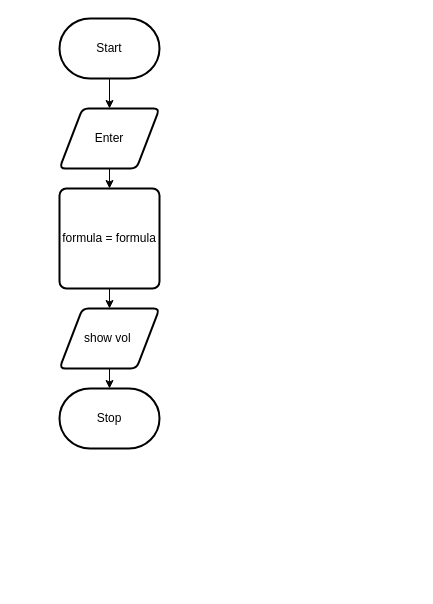
Johanna-liu16/ICS2O-Assignment-5-JS keeps this draw.io diagram as design/flowchart.drawio. Above is the earlier version. Source tidied: cells renumbered, new cells numbered last; positions are measured from the earlier drawing's top-left corner, leaving out a move shared by most shapes. Both pictures are drawn from the tidied source at 100%, with x=0, y=0 at pixel (59, 18).
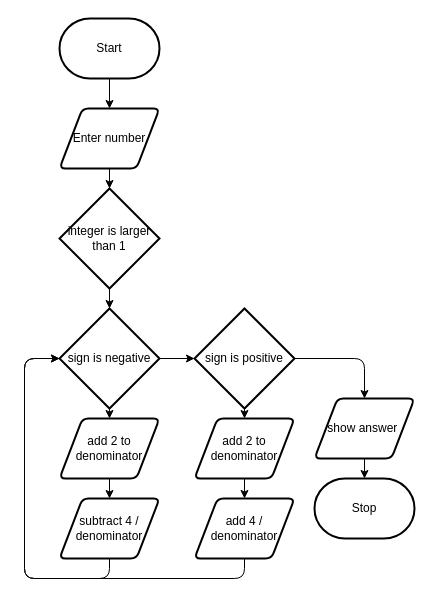
After the change.

The edit, as a diff of the source:
```diff
@@
-    <mxCell id="4" style="edgeStyle=none;html=1;exitX=0.5;exitY=1;exitDx=0;exitDy=0;" parent="1" edge="1" source="5" target="7">
-      <mxGeometry relative="1" as="geometry" />
-    </mxCell>
+    <mxCell id="11" style="edgeStyle=none;html=1;exitX=0.5;exitY=1;exitDx=0;exitDy=0;entryX=0.5;entryY=0;entryDx=0;entryDy=0;entryPerimeter=0;" parent="1" edge="1" source="5" target="13">
+      <mxGeometry relative="1" as="geometry" />
+    </mxCell>
-    <mxCell id="5" value="Enter" style="shape=parallelogram;html=1;strokeWidth=2;perimeter=parallelogramPerimeter;whiteSpace=wrap;rounded=1;arcSize=12;size=0.23;" parent="1" vertex="1">
+    <mxCell id="5" value="Enter number" style="shape=parallelogram;html=1;strokeWidth=2;perimeter=parallelogramPerimeter;whiteSpace=wrap;rounded=1;arcSize=12;size=0.23;" parent="1" vertex="1">
       <mxGeometry y="90" width="100" height="60" as="geometry" />
     </mxCell>
-    <mxCell id="6" style="edgeStyle=none;html=1;exitX=0.5;exitY=1;exitDx=0;exitDy=0;" parent="1" edge="1" source="7" target="9">
-      <mxGeometry relative="1" as="geometry" />
-    </mxCell>
-    <mxCell id="7" value="formula = formula" style="rounded=1;whiteSpace=wrap;html=1;absoluteArcSize=1;arcSize=14;strokeWidth=2;" parent="1" vertex="1">
-      <mxGeometry y="170" width="100" height="100" as="geometry" />
-    </mxCell>
-    <mxCell id="8" style="edgeStyle=none;html=1;exitX=0.5;exitY=1;exitDx=0;exitDy=0;entryX=0.5;entryY=0;entryDx=0;entryDy=0;entryPerimeter=0;" parent="1" edge="1" source="9" target="10">
+    <mxCell id="8" style="edgeStyle=none;html=1;exitX=0.5;exitY=1;exitDx=0;exitDy=0;" parent="1" edge="1" source="9" target="10">
       <mxGeometry relative="1" as="geometry" />
     </mxCell>
-    <mxCell id="9" value="show vol&amp;nbsp;" style="shape=parallelogram;html=1;strokeWidth=2;perimeter=parallelogramPerimeter;whiteSpace=wrap;rounded=1;arcSize=12;size=0.23;" parent="1" vertex="1">
-      <mxGeometry y="290" width="100" height="60" as="geometry" />
+    <mxCell id="9" value="show answer&amp;nbsp;" style="shape=parallelogram;html=1;strokeWidth=2;perimeter=parallelogramPerimeter;whiteSpace=wrap;rounded=1;arcSize=12;size=0.23;" parent="1" vertex="1">
+      <mxGeometry x="255" y="380" width="100" height="60" as="geometry" />
     </mxCell>
     <mxCell id="10" value="Stop" style="strokeWidth=2;html=1;shape=mxgraph.flowchart.terminator;whiteSpace=wrap;" parent="1" vertex="1">
-      <mxGeometry y="370" width="100" height="60" as="geometry" />
+      <mxGeometry x="255" y="460" width="100" height="60" as="geometry" />
     </mxCell>
+    <mxCell id="12" style="edgeStyle=none;html=1;exitX=0.5;exitY=1;exitDx=0;exitDy=0;exitPerimeter=0;" parent="1" edge="1" source="13" target="16">
+      <mxGeometry relative="1" as="geometry" />
+    </mxCell>
+    <mxCell id="13" value="integer is larger than 1" style="strokeWidth=2;html=1;shape=mxgraph.flowchart.decision;whiteSpace=wrap;" parent="1" vertex="1">
+      <mxGeometry y="170" width="100" height="100" as="geometry" />
+    </mxCell>
+    <mxCell id="14" style="edgeStyle=none;html=1;exitX=1;exitY=0.5;exitDx=0;exitDy=0;exitPerimeter=0;entryX=0;entryY=0.5;entryDx=0;entryDy=0;entryPerimeter=0;" parent="1" edge="1" source="16" target="19">
+      <mxGeometry relative="1" as="geometry" />
+    </mxCell>
+    <mxCell id="15" style="edgeStyle=none;html=1;exitX=0.5;exitY=1;exitDx=0;exitDy=0;exitPerimeter=0;" parent="1" edge="1" source="16" target="21">
+      <mxGeometry relative="1" as="geometry" />
+    </mxCell>
+    <mxCell id="16" value="sign is negative" style="strokeWidth=2;html=1;shape=mxgraph.flowchart.decision;whiteSpace=wrap;" parent="1" vertex="1">
+      <mxGeometry y="290" width="100" height="100" as="geometry" />
+    </mxCell>
+    <mxCell id="17" style="edgeStyle=none;html=1;exitX=0.5;exitY=1;exitDx=0;exitDy=0;exitPerimeter=0;" parent="1" edge="1" source="19" target="23">
+      <mxGeometry relative="1" as="geometry" />
+    </mxCell>
+    <mxCell id="18" style="edgeStyle=none;html=1;exitX=1;exitY=0.5;exitDx=0;exitDy=0;exitPerimeter=0;" parent="1" edge="1" source="19" target="9">
+      <mxGeometry relative="1" as="geometry">
+        <Array as="points">
+          <mxPoint x="305" y="340" />
+        </Array>
+      </mxGeometry>
+    </mxCell>
+    <mxCell id="19" value="sign is positive" style="strokeWidth=2;html=1;shape=mxgraph.flowchart.decision;whiteSpace=wrap;" parent="1" vertex="1">
+      <mxGeometry x="135" y="290" width="100" height="100" as="geometry" />
+    </mxCell>
+    <mxCell id="20" style="edgeStyle=none;html=1;exitX=0.5;exitY=1;exitDx=0;exitDy=0;" parent="1" edge="1" source="21" target="25">
+      <mxGeometry relative="1" as="geometry" />
+    </mxCell>
+    <mxCell id="21" value="add 2 to denominator" style="shape=parallelogram;html=1;strokeWidth=2;perimeter=parallelogramPerimeter;whiteSpace=wrap;rounded=1;arcSize=12;size=0.23;" parent="1" vertex="1">
+      <mxGeometry y="400" width="100" height="60" as="geometry" />
+    </mxCell>
+    <mxCell id="22" style="edgeStyle=none;html=1;exitX=0.5;exitY=1;exitDx=0;exitDy=0;" parent="1" edge="1" source="23" target="27">
+      <mxGeometry relative="1" as="geometry" />
+    </mxCell>
+    <mxCell id="23" value="add 2 to denominator" style="shape=parallelogram;html=1;strokeWidth=2;perimeter=parallelogramPerimeter;whiteSpace=wrap;rounded=1;arcSize=12;size=0.23;" parent="1" vertex="1">
+      <mxGeometry x="135" y="400" width="100" height="60" as="geometry" />
+    </mxCell>
+    <mxCell id="24" style="edgeStyle=none;html=1;entryX=0;entryY=0.5;entryDx=0;entryDy=0;entryPerimeter=0;" parent="1" edge="1" source="25" target="16">
+      <mxGeometry relative="1" as="geometry">
+        <Array as="points">
+          <mxPoint x="50" y="560" />
+          <mxPoint x="-35" y="560" />
+          <mxPoint x="-35" y="340" />
+        </Array>
+      </mxGeometry>
+    </mxCell>
+    <mxCell id="25" value="subtract 4 / denominator" style="shape=parallelogram;html=1;strokeWidth=2;perimeter=parallelogramPerimeter;whiteSpace=wrap;rounded=1;arcSize=12;size=0.23;" parent="1" vertex="1">
+      <mxGeometry y="480" width="100" height="60" as="geometry" />
+    </mxCell>
+    <mxCell id="26" style="edgeStyle=none;html=1;exitX=0.5;exitY=1;exitDx=0;exitDy=0;entryX=0;entryY=0.5;entryDx=0;entryDy=0;entryPerimeter=0;" parent="1" edge="1" source="27" target="16">
+      <mxGeometry relative="1" as="geometry">
+        <Array as="points">
+          <mxPoint x="185" y="560" />
+          <mxPoint x="-35" y="560" />
+          <mxPoint x="-35" y="340" />
+        </Array>
+      </mxGeometry>
+    </mxCell>
+    <mxCell id="27" value="add 4 / denominator" style="shape=parallelogram;html=1;strokeWidth=2;perimeter=parallelogramPerimeter;whiteSpace=wrap;rounded=1;arcSize=12;size=0.23;" parent="1" vertex="1">
+      <mxGeometry x="135" y="480" width="100" height="60" as="geometry" />
+    </mxCell>
```
